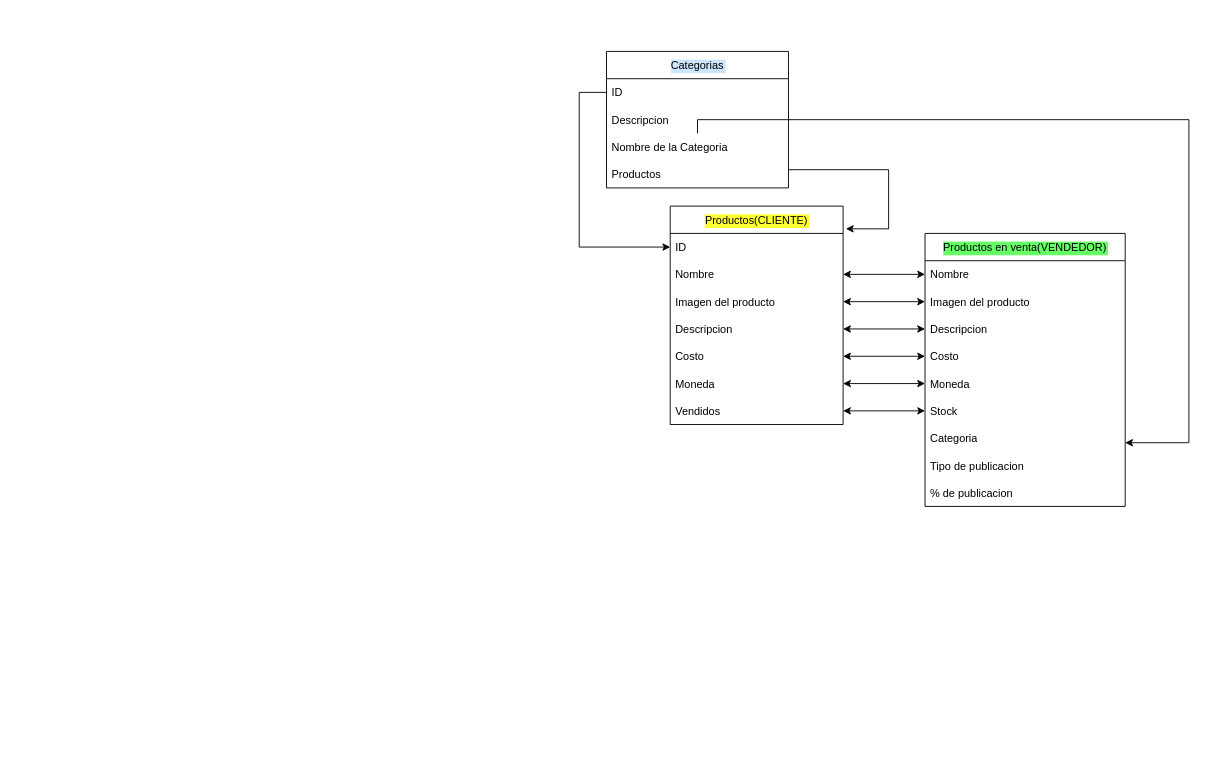
The draw.io diagram Diagrama sin título.drawio in sandramartinezarrieta/sandramartinezarrieta.github.io, before the edit. Source tidied: cells renumbered, new cells numbered last; positions are measured from the earlier drawing's top-left corner, leaving out a move shared by most shapes. Both pictures are drawn from the tidied source at 91%, with x=0, y=0 at pixel (579, 51).
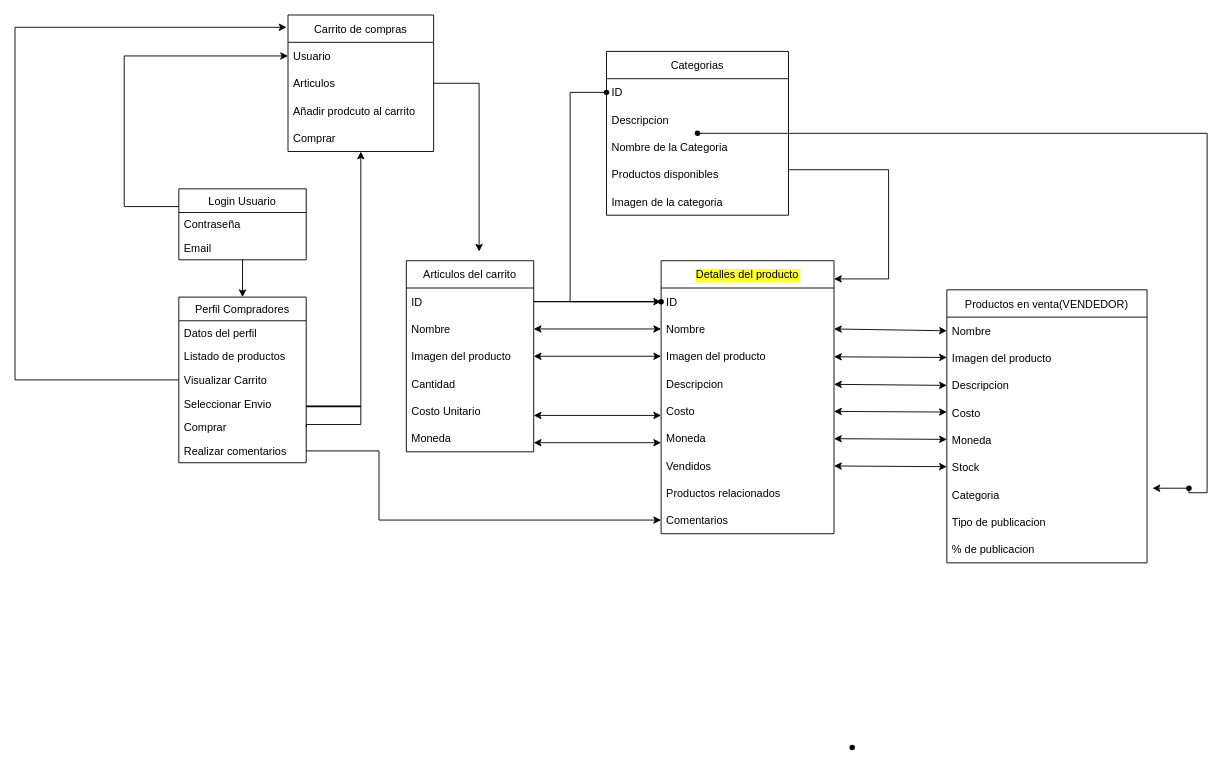
After the change.

The change refers to these unchanged cells:
```xml
<mxCell id="5" value="Imagen del producto" style="text;strokeColor=none;fillColor=none;align=left;verticalAlign=middle;spacingLeft=4;spacingRight=4;overflow=hidden;points=[[0,0.5],[1,0.5]];portConstraint=eastwest;" parent="2" vertex="1">
  <mxGeometry y="90" width="190" height="30" as="geometry" />
</mxCell>
<mxCell id="12" value="ID" style="text;strokeColor=none;fillColor=none;align=left;verticalAlign=middle;spacingLeft=4;spacingRight=4;overflow=hidden;points=[[0,0.5],[1,0.5]];portConstraint=eastwest;" parent="11" vertex="1">
  <mxGeometry y="30" width="200" height="30" as="geometry" />
</mxCell>
<mxCell id="14" value="Nombre de la Categoria" style="text;strokeColor=none;fillColor=none;align=left;verticalAlign=middle;spacingLeft=4;spacingRight=4;overflow=hidden;points=[[0,0.5],[1,0.5]];portConstraint=eastwest;" parent="11" vertex="1">
  <mxGeometry y="90" width="200" height="30" as="geometry" />
</mxCell>
<mxCell id="23" value="Categoria" style="text;strokeColor=none;fillColor=none;align=left;verticalAlign=middle;spacingLeft=4;spacingRight=4;overflow=hidden;points=[[0,0.5],[1,0.5]];portConstraint=eastwest;" parent="16" vertex="1">
  <mxGeometry y="210" width="220" height="30" as="geometry" />
</mxCell>
```

Change to the diagram source:
```diff
@@
-    <mxCell id="2" value="Productos(CLIENTE)" style="swimlane;fontStyle=0;horizontal=1;startSize=30;labelBackgroundColor=#FFFF33;" parent="1" vertex="1">
-      <mxGeometry x="100" y="170" width="190" height="240" as="geometry" />
+    <mxCell id="2" value="Detalles del producto" style="swimlane;fontStyle=0;horizontal=1;startSize=30;labelBackgroundColor=#FFFF33;" parent="1" vertex="1">
+      <mxGeometry x="90" y="230" width="190" height="300" as="geometry" />
     </mxCell>
-    <mxCell id="3" value="ID" style="text;strokeColor=none;fillColor=none;align=left;verticalAlign=middle;spacingLeft=4;spacingRight=4;overflow=hidden;points=[[0,0.5],[1,0.5]];portConstraint=eastwest;" parent="2" vertex="1">
+    <mxCell id="3" value="ID" style="text;strokeColor=none;fillColor=none;align=left;verticalAlign=middle;spacingLeft=4;spacingRight=4;overflow=hidden;points=[[0,0.5],[1,0.5]];portConstraint=eastwest;labelBackgroundColor=none;" parent="2" vertex="1">
       <mxGeometry y="30" width="190" height="30" as="geometry" />
     </mxCell>
-    <mxCell id="4" value="Nombre" style="text;strokeColor=none;fillColor=none;align=left;verticalAlign=middle;spacingLeft=4;spacingRight=4;overflow=hidden;points=[[0,0.5],[1,0.5]];portConstraint=eastwest;" parent="2" vertex="1">
+    <mxCell id="4" value="Nombre" style="text;strokeColor=none;fillColor=none;align=left;verticalAlign=middle;spacingLeft=4;spacingRight=4;overflow=hidden;points=[[0,0.5],[1,0.5]];portConstraint=eastwest;labelBackgroundColor=none;" parent="2" vertex="1">
       <mxGeometry y="60" width="190" height="30" as="geometry" />
     </mxCell>
@@
+    <mxCell id="35" value="Productos relacionados" style="text;strokeColor=none;fillColor=none;align=left;verticalAlign=middle;spacingLeft=4;spacingRight=4;overflow=hidden;" parent="2" vertex="1">
+      <mxGeometry y="240" width="190" height="30" as="geometry" />
+    </mxCell>
+    <mxCell id="36" value="Comentarios" style="text;strokeColor=none;fillColor=none;align=left;verticalAlign=middle;spacingLeft=4;spacingRight=4;overflow=hidden;points=[[0,0.5],[1,0.5]];portConstraint=eastwest;" parent="2" vertex="1">
+      <mxGeometry y="270" width="190" height="30" as="geometry" />
+    </mxCell>
-    <mxCell id="11" value="Categorias" style="swimlane;fontStyle=0;horizontal=1;startSize=30;labelBackgroundColor=#CCE5FF;" parent="1" vertex="1">
-      <mxGeometry x="30" width="200" height="150" as="geometry" />
+    <mxCell id="11" value="Categorias" style="swimlane;fontStyle=0;horizontal=1;startSize=30;labelBackgroundColor=none;" parent="1" vertex="1">
+      <mxGeometry x="30" width="200" height="180" as="geometry" />
     </mxCell>
@@
-    <mxCell id="15" value="Productos" style="text;strokeColor=none;fillColor=none;align=left;verticalAlign=middle;spacingLeft=4;spacingRight=4;overflow=hidden;points=[[0,0.5],[1,0.5]];portConstraint=eastwest;" parent="11" vertex="1">
+    <mxCell id="15" value="Productos disponibles" style="text;strokeColor=none;fillColor=none;align=left;verticalAlign=middle;spacingLeft=4;spacingRight=4;overflow=hidden;points=[[0,0.5],[1,0.5]];portConstraint=eastwest;" parent="11" vertex="1">
       <mxGeometry y="120" width="200" height="30" as="geometry" />
     </mxCell>
+    <mxCell id="37" value="Imagen de la categoria" style="text;strokeColor=none;fillColor=none;align=left;verticalAlign=middle;spacingLeft=4;spacingRight=4;overflow=hidden;" parent="11" vertex="1">
+      <mxGeometry y="150" width="200" height="30" as="geometry" />
+    </mxCell>
-    <mxCell id="16" value="Productos en venta(VENDEDOR)" style="swimlane;fontStyle=0;horizontal=1;startSize=30;labelBackgroundColor=#66FF66;labelBorderColor=none;" parent="1" vertex="1">
-      <mxGeometry x="380" y="200" width="220" height="300" as="geometry" />
+    <mxCell id="16" value="Productos en venta(VENDEDOR)" style="swimlane;fontStyle=0;horizontal=1;startSize=30;labelBackgroundColor=none;labelBorderColor=none;" parent="1" vertex="1">
+      <mxGeometry x="404" y="262" width="220" height="300" as="geometry" />
     </mxCell>
@@
-    <mxCell id="32" style="edgeStyle=elbowEdgeStyle;elbow=vertical;endArrow=classic;html=1;rounded=0;entryX=0;entryY=0.5;entryDx=0;entryDy=0;exitX=0;exitY=0.5;exitDx=0;exitDy=0;" parent="1" edge="1" source="12" target="3">
+    <mxCell id="32" style="edgeStyle=elbowEdgeStyle;elbow=vertical;endArrow=classic;html=1;rounded=0;entryX=0;entryY=0.5;entryDx=0;entryDy=0;exitDx=0;exitDy=0;startArrow=none;" parent="1" edge="1" source="53" target="3">
       <mxGeometry relative="1" as="geometry">
         <Array as="points">
+          <mxPoint x="-50" y="300" />
           <mxPoint y="130" />
         </Array>
       </mxGeometry>
     </mxCell>
-    <mxCell id="33" style="edgeStyle=segmentEdgeStyle;endArrow=classic;html=1;rounded=0;" parent="1" edge="1" source="14" target="23">
-      <mxGeometry relative="1" as="geometry">
-        <Array as="points">
-          <mxPoint x="670" y="75" />
-          <mxPoint x="670" y="430" />
-        </Array>
-      </mxGeometry>
-    </mxCell>
-    <mxCell id="34" style="edgeStyle=segmentEdgeStyle;endArrow=classic;html=1;rounded=0;entryX=1.016;entryY=0.104;entryDx=0;entryDy=0;entryPerimeter=0;" parent="1" edge="1" source="15" target="2">
+    <mxCell id="34" style="edgeStyle=segmentEdgeStyle;endArrow=classic;html=1;rounded=0;" parent="1" edge="1" source="15" target="2">
       <mxGeometry relative="1" as="geometry">
         <Array as="points">
           <mxPoint x="340" y="130" />
-          <mxPoint x="340" y="195" />
+          <mxPoint x="340" y="250" />
         </Array>
       </mxGeometry>
     </mxCell>
+    <mxCell id="38" value="Carrito de compras" style="swimlane;fontStyle=0;horizontal=1;startSize=30;labelBackgroundColor=#FFFFFF;labelBorderColor=none;html=0;" parent="1" vertex="1">
+      <mxGeometry x="-320" y="-40" width="160" height="150" as="geometry" />
+    </mxCell>
+    <mxCell id="39" value="Usuario" style="text;strokeColor=none;fillColor=none;align=left;verticalAlign=middle;spacingLeft=4;spacingRight=4;overflow=hidden;points=[[0,0.5],[1,0.5]];portConstraint=eastwest;labelBackgroundColor=#FFFFFF;labelBorderColor=none;html=0;" parent="38" vertex="1">
+      <mxGeometry y="30" width="160" height="30" as="geometry" />
+    </mxCell>
+    <mxCell id="40" value="Articulos" style="text;strokeColor=none;fillColor=none;align=left;verticalAlign=middle;spacingLeft=4;spacingRight=4;overflow=hidden;points=[[0,0.5],[1,0.5]];portConstraint=eastwest;labelBackgroundColor=none;labelBorderColor=none;html=0;" parent="38" vertex="1">
+      <mxGeometry y="60" width="160" height="30" as="geometry" />
+    </mxCell>
+    <mxCell id="41" value="Añadir prodcuto al carrito" style="text;strokeColor=none;fillColor=none;align=left;verticalAlign=middle;spacingLeft=4;spacingRight=4;overflow=hidden;labelBackgroundColor=none;labelBorderColor=none;html=0;" parent="38" vertex="1">
+      <mxGeometry y="90" width="160" height="30" as="geometry" />
+    </mxCell>
+    <mxCell id="42" value="Comprar" style="text;strokeColor=none;fillColor=none;align=left;verticalAlign=middle;spacingLeft=4;spacingRight=4;overflow=hidden;points=[[0,0.5],[1,0.5]];portConstraint=eastwest;labelBackgroundColor=none;labelBorderColor=none;html=0;" parent="38" vertex="1">
+      <mxGeometry y="120" width="160" height="30" as="geometry" />
+    </mxCell>
+    <mxCell id="43" value="Articulos del carrito" style="swimlane;fontStyle=0;horizontal=1;startSize=30;labelBackgroundColor=none;labelBorderColor=none;html=0;" parent="1" vertex="1">
+      <mxGeometry x="-190" y="230" width="140" height="210" as="geometry" />
+    </mxCell>
+    <mxCell id="44" value="ID" style="text;strokeColor=none;fillColor=none;align=left;verticalAlign=middle;spacingLeft=4;spacingRight=4;overflow=hidden;labelBackgroundColor=none;labelBorderColor=none;html=0;" parent="43" vertex="1">
+      <mxGeometry y="30" width="140" height="30" as="geometry" />
+    </mxCell>
+    <mxCell id="45" value="Nombre" style="text;strokeColor=none;fillColor=none;align=left;verticalAlign=middle;spacingLeft=4;spacingRight=4;overflow=hidden;points=[[0,0.5],[1,0.5]];portConstraint=eastwest;labelBackgroundColor=none;labelBorderColor=none;html=0;" parent="43" vertex="1">
+      <mxGeometry y="60" width="140" height="30" as="geometry" />
+    </mxCell>
+    <mxCell id="46" value="Imagen del producto" style="text;strokeColor=none;fillColor=none;align=left;verticalAlign=middle;spacingLeft=4;spacingRight=4;overflow=hidden;points=[[0,0.5],[1,0.5]];portConstraint=eastwest;labelBackgroundColor=none;labelBorderColor=none;html=0;" parent="43" vertex="1">
+      <mxGeometry y="90" width="140" height="30" as="geometry" />
+    </mxCell>
+    <mxCell id="47" value="Cantidad" style="text;strokeColor=none;fillColor=none;align=left;verticalAlign=middle;spacingLeft=4;spacingRight=4;overflow=hidden;labelBackgroundColor=none;labelBorderColor=none;html=0;" parent="43" vertex="1">
+      <mxGeometry y="120" width="140" height="30" as="geometry" />
+    </mxCell>
+    <mxCell id="48" value="Costo Unitario" style="text;strokeColor=none;fillColor=none;align=left;verticalAlign=middle;spacingLeft=4;spacingRight=4;overflow=hidden;labelBackgroundColor=none;labelBorderColor=none;html=0;" parent="43" vertex="1">
+      <mxGeometry y="150" width="140" height="30" as="geometry" />
+    </mxCell>
+    <mxCell id="49" value="Moneda" style="text;strokeColor=none;fillColor=none;align=left;verticalAlign=middle;spacingLeft=4;spacingRight=4;overflow=hidden;labelBackgroundColor=none;labelBorderColor=none;html=0;" parent="43" vertex="1">
+      <mxGeometry y="180" width="140" height="30" as="geometry" />
+    </mxCell>
+    <mxCell id="50" style="edgeStyle=orthogonalEdgeStyle;rounded=0;orthogonalLoop=1;jettySize=auto;html=1;entryX=-0.075;entryY=0.55;entryDx=0;entryDy=0;entryPerimeter=0;" parent="1" edge="1">
+      <mxGeometry relative="1" as="geometry">
+        <mxPoint x="-90" y="220" as="sourcePoint" />
+        <mxPoint x="-90" y="220" as="targetPoint" />
+      </mxGeometry>
+    </mxCell>
+    <mxCell id="51" style="shape=waypoint;sketch=0;fillStyle=solid;size=6;points=[];fillColor=none;perimeter=centerPerimeter;snapToPoint=1;labelBackgroundColor=none;labelBorderColor=none;html=0;" parent="1" vertex="1">
+      <mxGeometry x="110" y="70" width="40" height="40" as="geometry" />
+    </mxCell>
+    <mxCell id="52" style="edgeStyle=segmentEdgeStyle;endArrow=none;html=1;rounded=0;" parent="1" edge="1" source="14" target="51">
+      <mxGeometry relative="1" as="geometry" />
+    </mxCell>
+    <mxCell id="53" style="shape=waypoint;sketch=0;fillStyle=solid;size=6;points=[];fillColor=none;perimeter=centerPerimeter;snapToPoint=1;labelBackgroundColor=none;labelBorderColor=none;html=0;" parent="1" vertex="1">
+      <mxGeometry x="70" y="255" width="40" height="40" as="geometry" />
+    </mxCell>
+    <mxCell id="54" style="edgeStyle=elbowEdgeStyle;elbow=vertical;endArrow=none;html=1;rounded=0;entryDx=0;entryDy=0;exitX=0;exitY=0.5;exitDx=0;exitDy=0;" parent="1" edge="1" source="12" target="53">
+      <mxGeometry relative="1" as="geometry">
+        <Array as="points">
+          <mxPoint x="-10" y="150" />
+          <mxPoint x="60" y="275" />
+          <mxPoint x="10" y="220" />
+        </Array>
+      </mxGeometry>
+    </mxCell>
+    <mxCell id="55" style="shape=waypoint;sketch=0;fillStyle=solid;size=6;fillColor=none;perimeter=centerPerimeter;labelBackgroundColor=none;labelBorderColor=none;html=0;" parent="1" vertex="1">
+      <mxGeometry x="10" y="25" width="40" height="40" as="geometry" />
+    </mxCell>
+    <mxCell id="56" style="edgeStyle=orthogonalEdgeStyle;rounded=0;jettySize=auto;html=1;" parent="1" edge="1" source="57">
+      <mxGeometry relative="1" as="geometry">
+        <mxPoint x="630" y="480" as="targetPoint" />
+      </mxGeometry>
+    </mxCell>
+    <mxCell id="57" style="shape=waypoint;sketch=0;fillStyle=solid;size=6;points=[];fillColor=none;perimeter=centerPerimeter;snapToPoint=1;labelBackgroundColor=none;labelBorderColor=none;html=0;" parent="1" vertex="1">
+      <mxGeometry x="650" y="460" width="40" height="40" as="geometry" />
+    </mxCell>
+    <mxCell id="58" style="edgeStyle=segmentEdgeStyle;endArrow=none;html=1;rounded=0;startArrow=none;entryDx=0;entryDy=0;" parent="1" edge="1" source="51" target="57">
+      <mxGeometry relative="1" as="geometry">
+        <Array as="points">
+          <mxPoint x="690" y="90" />
+          <mxPoint x="690" y="485" />
+        </Array>
+      </mxGeometry>
+    </mxCell>
+    <mxCell id="59" style="shape=waypoint;sketch=0;fillStyle=solid;size=6;fillColor=none;perimeter=centerPerimeter;labelBackgroundColor=none;labelBorderColor=none;html=0;" parent="1" vertex="1">
+      <mxGeometry x="280" y="745" width="40" height="40" as="geometry" />
+    </mxCell>
+    <mxCell id="60" style="endArrow=classic;startArrow=classic;html=1;rounded=0;" parent="1" edge="1" source="45" target="4">
+      <mxGeometry relative="1" as="geometry" />
+    </mxCell>
+    <mxCell id="61" style="endArrow=classic;startArrow=classic;html=1;rounded=0;entryX=0;entryY=0.5;entryDx=0;entryDy=0;" parent="1" edge="1" source="46" target="5">
+      <mxGeometry relative="1" as="geometry" />
+    </mxCell>
+    <mxCell id="62" style="endArrow=classic;startArrow=classic;html=1;rounded=0;entryX=0;entryY=0.5;entryDx=0;entryDy=0;" parent="1" edge="1">
+      <mxGeometry relative="1" as="geometry">
+        <mxPoint x="-50" y="400" as="sourcePoint" />
+        <mxPoint x="90" y="400" as="targetPoint" />
+      </mxGeometry>
+    </mxCell>
+    <mxCell id="63" style="endArrow=classic;startArrow=classic;html=1;rounded=0;entryX=0;entryY=0.5;entryDx=0;entryDy=0;" parent="1" edge="1">
+      <mxGeometry relative="1" as="geometry">
+        <mxPoint x="-50" y="430" as="sourcePoint" />
+        <mxPoint x="90" y="430" as="targetPoint" />
+      </mxGeometry>
+    </mxCell>
+    <mxCell id="64" style="edgeStyle=none;rounded=0;jettySize=auto;html=1;entryX=0.5;entryY=0;entryDx=0;entryDy=0;" parent="1" edge="1" source="65" target="68">
+      <mxGeometry relative="1" as="geometry" />
+    </mxCell>
+    <mxCell id="65" value="Login Usuario" style="swimlane;fontStyle=0;horizontal=1;startSize=26;fillColor=none;labelBackgroundColor=none;labelBorderColor=none;html=0;" parent="1" vertex="1">
+      <mxGeometry x="-440" y="151" width="140" height="78" as="geometry" />
+    </mxCell>
+    <mxCell id="66" value="Contraseña" style="text;strokeColor=none;fillColor=none;align=left;verticalAlign=top;spacingLeft=4;spacingRight=4;overflow=hidden;labelBackgroundColor=none;labelBorderColor=none;html=0;" parent="65" vertex="1">
+      <mxGeometry y="26" width="140" height="26" as="geometry" />
+    </mxCell>
+    <mxCell id="67" value="Email" style="text;strokeColor=none;fillColor=none;align=left;verticalAlign=top;spacingLeft=4;spacingRight=4;overflow=hidden;labelBackgroundColor=none;labelBorderColor=none;html=0;" parent="65" vertex="1">
+      <mxGeometry y="52" width="140" height="26" as="geometry" />
+    </mxCell>
+    <mxCell id="68" value="Perfil Compradores" style="swimlane;fontStyle=0;horizontal=1;startSize=26;fillColor=none;labelBackgroundColor=none;labelBorderColor=none;html=0;" parent="1" vertex="1">
+      <mxGeometry x="-440" y="270" width="140" height="182" as="geometry" />
+    </mxCell>
+    <mxCell id="69" value="Datos del perfil" style="text;strokeColor=none;fillColor=none;align=left;verticalAlign=top;spacingLeft=4;spacingRight=4;overflow=hidden;labelBackgroundColor=none;labelBorderColor=none;html=0;" parent="68" vertex="1">
+      <mxGeometry y="26" width="140" height="26" as="geometry" />
+    </mxCell>
+    <mxCell id="70" value="Listado de productos&#10;" style="text;strokeColor=none;fillColor=none;align=left;verticalAlign=top;spacingLeft=4;spacingRight=4;overflow=hidden;labelBackgroundColor=none;labelBorderColor=none;html=0;" parent="68" vertex="1">
+      <mxGeometry y="52" width="140" height="26" as="geometry" />
+    </mxCell>
+    <mxCell id="71" value="Visualizar Carrito" style="text;strokeColor=none;fillColor=none;align=left;verticalAlign=top;spacingLeft=4;spacingRight=4;overflow=hidden;points=[[0,0.5],[1,0.5]];portConstraint=eastwest;labelBackgroundColor=none;labelBorderColor=none;html=0;" parent="68" vertex="1">
+      <mxGeometry y="78" width="140" height="26" as="geometry" />
+    </mxCell>
+    <mxCell id="72" value="Seleccionar Envio" style="text;strokeColor=none;fillColor=none;align=left;verticalAlign=top;spacingLeft=4;spacingRight=4;overflow=hidden;labelBackgroundColor=none;labelBorderColor=none;html=0;" parent="68" vertex="1">
+      <mxGeometry y="104" width="140" height="26" as="geometry" />
+    </mxCell>
+    <mxCell id="73" value="Comprar" style="text;strokeColor=none;fillColor=none;align=left;verticalAlign=top;spacingLeft=4;spacingRight=4;overflow=hidden;points=[[0,0.5],[1,0.5]];portConstraint=eastwest;labelBackgroundColor=none;labelBorderColor=none;html=0;" parent="68" vertex="1">
+      <mxGeometry y="130" width="140" height="26" as="geometry" />
+    </mxCell>
+    <mxCell id="74" value="Realizar comentarios" style="text;strokeColor=none;fillColor=none;align=left;verticalAlign=top;spacingLeft=4;spacingRight=4;overflow=hidden;points=[[0,0.5],[1,0.5]];portConstraint=eastwest;labelBackgroundColor=none;labelBorderColor=none;html=0;" parent="68" vertex="1">
+      <mxGeometry y="156" width="140" height="26" as="geometry" />
+    </mxCell>
+    <mxCell id="75" style="edgeStyle=elbowEdgeStyle;elbow=horizontal;endArrow=classic;html=1;rounded=0;entryX=0;entryY=0.5;entryDx=0;entryDy=0;exitX=1;exitY=0.5;exitDx=0;exitDy=0;" parent="1" edge="1" source="74" target="36">
+      <mxGeometry relative="1" as="geometry">
+        <Array as="points">
+          <mxPoint x="-220" y="490" />
+          <mxPoint x="-280" y="360" />
+        </Array>
+      </mxGeometry>
+    </mxCell>
+    <mxCell id="76" style="edgeStyle=elbowEdgeStyle;elbow=horizontal;endArrow=classic;html=1;rounded=0;entryX=-0.01;entryY=0.09;entryDx=0;entryDy=0;exitX=0;exitY=0.5;exitDx=0;exitDy=0;entryPerimeter=0;" parent="1" edge="1" source="71" target="38">
+      <mxGeometry relative="1" as="geometry">
+        <Array as="points">
+          <mxPoint x="-620" y="130" />
+        </Array>
+      </mxGeometry>
+    </mxCell>
+    <mxCell id="77" style="edgeStyle=elbowEdgeStyle;elbow=vertical;endArrow=classic;html=1;rounded=0;exitX=1;exitY=0.5;exitDx=0;exitDy=0;" parent="1" edge="1" source="40">
+      <mxGeometry relative="1" as="geometry">
+        <mxPoint x="-110" y="220" as="targetPoint" />
+        <Array as="points">
+          <mxPoint x="-60" y="35" />
+          <mxPoint x="-100" y="40" />
+        </Array>
+      </mxGeometry>
+    </mxCell>
+    <mxCell id="78" style="edgeStyle=elbowEdgeStyle;elbow=vertical;endArrow=classic;html=1;rounded=0;exitX=1;exitY=0.5;exitDx=0;exitDy=0;" parent="1" edge="1" source="73" target="42">
+      <mxGeometry relative="1" as="geometry">
+        <Array as="points">
+          <mxPoint x="-240" y="410" />
+        </Array>
+      </mxGeometry>
+    </mxCell>
+    <mxCell id="79" style="edgeStyle=elbowEdgeStyle;elbow=vertical;endArrow=classic;html=1;rounded=0;entryX=0;entryY=0.5;entryDx=0;entryDy=0;exitX=0;exitY=0.25;exitDx=0;exitDy=0;" parent="1" edge="1" source="65" target="39">
+      <mxGeometry relative="1" as="geometry">
+        <Array as="points">
+          <mxPoint x="-500" y="110" />
+          <mxPoint x="-400" y="5" />
+        </Array>
+      </mxGeometry>
+    </mxCell>
+    <mxCell id="80" style="line;strokeWidth=2;html=1;labelBackgroundColor=none;labelBorderColor=none;" parent="1" vertex="1">
+      <mxGeometry x="-300" y="380" width="60" height="20" as="geometry" />
+    </mxCell>
```
